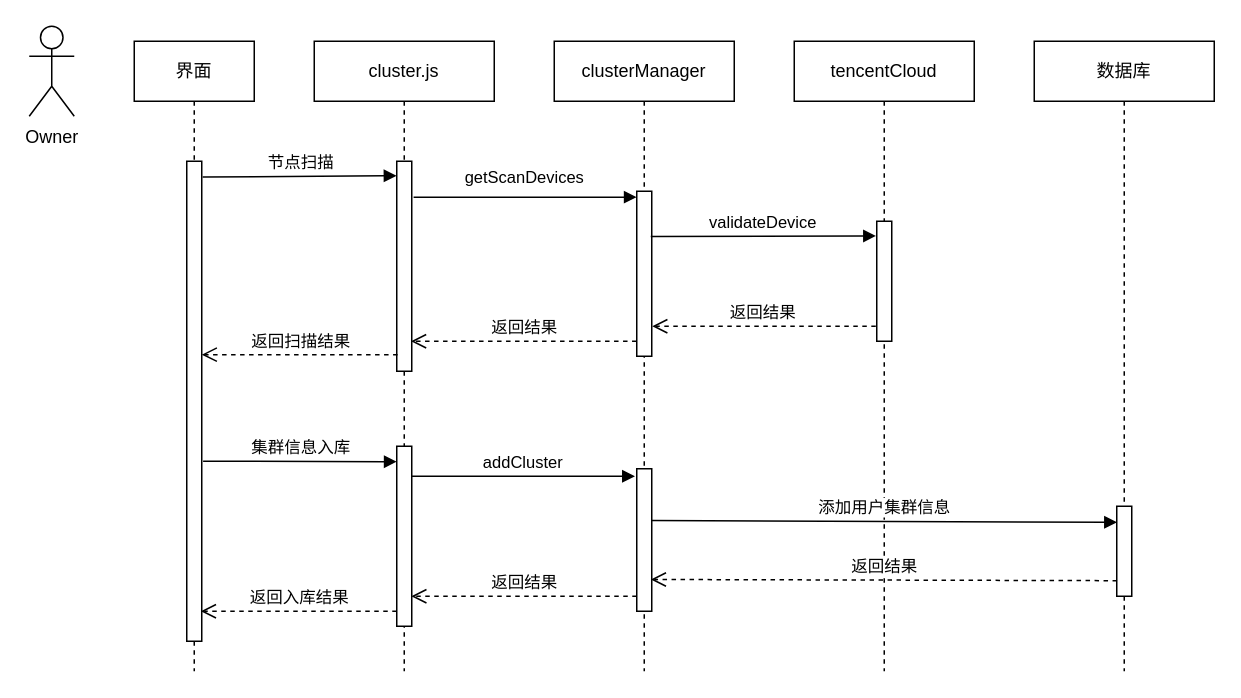
Earlier version of the draw.io diagram 集群管理子模块时序图.drawio (972424611/imageStore). Source tidied: cells renumbered, new cells numbered last; positions are measured from the earlier drawing's top-left corner, leaving out a move shared by most shapes. Both pictures are drawn from the tidied source at 150%, with x=0, y=0 at pixel (28, 26).
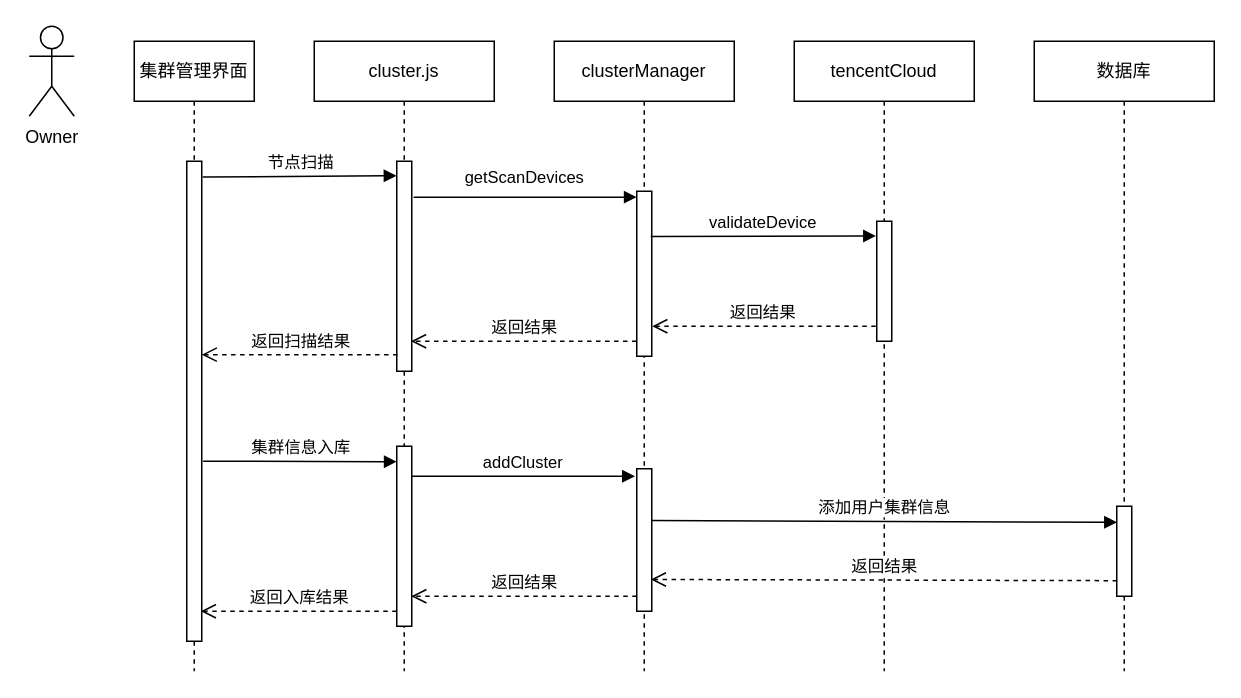
After the change.

Commit message (it also covers changes not shown here):
Update 集群管理子模块时序图.drawio

The edit, as a diff of the source:
```diff
@@
-    <mxCell id="6" value="界面" style="shape=umlLifeline;perimeter=lifelinePerimeter;whiteSpace=wrap;html=1;" parent="1" vertex="1">
+    <mxCell id="6" value="集群管理界面" style="shape=umlLifeline;perimeter=lifelinePerimeter;whiteSpace=wrap;html=1;" parent="1" vertex="1">
       <mxGeometry x="70" y="10" width="80" height="420" as="geometry" />
     </mxCell>
```
